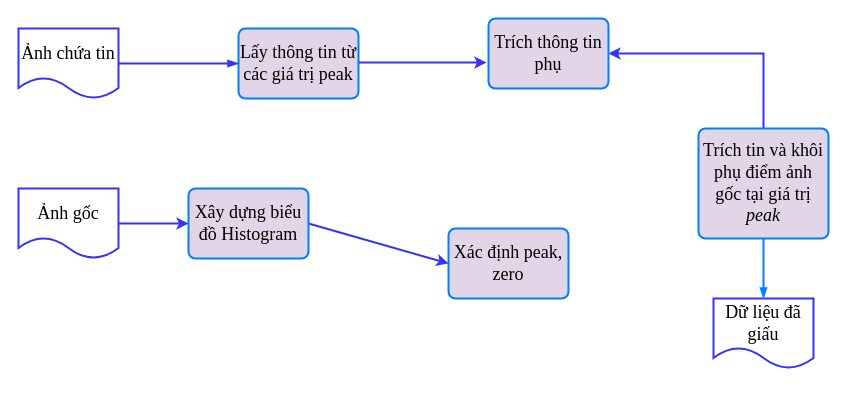
Above: page "TrichHS" (6 of 8) of Untitled Diagram.drawio in pophuong2610/hello (draw.io), before the change. Source tidied: cells renumbered, new cells numbered last; positions are measured from the earlier drawing's top-left corner, leaving out a move shared by most shapes. Both pictures are drawn from the tidied source at 100%, with x=0, y=0 at pixel (18, 18).
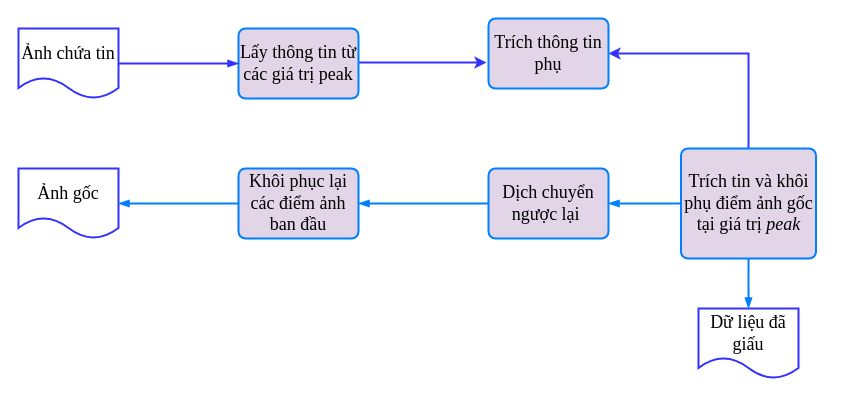
Above is the later version.

Unchanged cells that the change refers to:
```xml
<mxCell id="10" value="Trích thông tin phụ" style="rounded=1;whiteSpace=wrap;html=1;absoluteArcSize=1;arcSize=14;strokeWidth=2;fontFamily=Times New Roman;fontSize=18;fillColor=#e1d5e7;fontStyle=0;strokeColor=#007FFF;" parent="1" vertex="1">
  <mxGeometry x="470" width="120" height="70" as="geometry" />
</mxCell>
```

What changed in the source:
```diff
@@
     <mxCell id="2" value="Dữ liệu đã giấu" style="shape=document;whiteSpace=wrap;html=1;boundedLbl=1;dashed=0;flipH=1;fontFamily=Times New Roman;fontSize=18;strokeColor=#3333FF;fontStyle=0;strokeWidth=2;" parent="1" vertex="1">
-      <mxGeometry x="695" y="280" width="100" height="70" as="geometry" />
+      <mxGeometry x="680" y="290" width="100" height="70" as="geometry" />
     </mxCell>
-    <mxCell id="3" style="edgeStyle=orthogonalEdgeStyle;rounded=0;jettySize=auto;html=1;fontFamily=Times New Roman;fontSize=18;strokeColor=#3333FF;strokeWidth=2;fontStyle=0;" parent="1" edge="1" source="4" target="13">
-      <mxGeometry relative="1" as="geometry" />
-    </mxCell>
     <mxCell id="4" value="Ảnh gốc" style="shape=document;whiteSpace=wrap;html=1;boundedLbl=1;dashed=0;flipH=1;strokeColor=#3333FF;fontFamily=Times New Roman;fontSize=18;fontStyle=0;strokeWidth=2;" parent="1" vertex="1">
-      <mxGeometry y="170" width="100" height="70" as="geometry" />
+      <mxGeometry y="150" width="100" height="70" as="geometry" />
     </mxCell>
+    <mxCell id="16" style="edgeStyle=orthogonalEdgeStyle;rounded=0;jettySize=auto;html=1;endArrow=blockThin;endFill=1;strokeWidth=2;strokeColor=#007FFF;" parent="1" edge="1" source="5" target="13">
+      <mxGeometry relative="1" as="geometry">
+        <Array as="points">
+          <mxPoint x="420" y="185" />
+          <mxPoint x="420" y="185" />
+        </Array>
+      </mxGeometry>
+    </mxCell>
-    <mxCell id="5" value="Xác định peak, zero" style="rounded=1;whiteSpace=wrap;html=1;absoluteArcSize=1;arcSize=14;strokeWidth=2;fontFamily=Times New Roman;fontSize=18;fillColor=#e1d5e7;fontStyle=0;strokeColor=#007FFF;" parent="1" vertex="1">
-      <mxGeometry x="430" y="210" width="120" height="70" as="geometry" />
+    <mxCell id="5" value="Dịch chuyển ngược lại&amp;nbsp;" style="rounded=1;whiteSpace=wrap;html=1;absoluteArcSize=1;arcSize=14;strokeWidth=2;fontFamily=Times New Roman;fontSize=18;fillColor=#e1d5e7;fontStyle=0;strokeColor=#007FFF;" parent="1" vertex="1">
+      <mxGeometry x="470" y="150" width="120" height="70" as="geometry" />
     </mxCell>
     <mxCell id="6" style="edgeStyle=orthogonalEdgeStyle;rounded=0;jettySize=auto;html=1;strokeColor=#3333FF;fontFamily=Times New Roman;fontSize=18;fontStyle=0;strokeWidth=2;exitX=0.5;exitY=0;exitDx=0;exitDy=0;" parent="1" edge="1" source="8" target="10">
       <mxGeometry relative="1" as="geometry">
         <Array as="points">
-          <mxPoint x="745" y="35" />
+          <mxPoint x="730" y="35" />
         </Array>
       </mxGeometry>
     </mxCell>
     <mxCell id="7" style="edgeStyle=orthogonalEdgeStyle;rounded=0;jettySize=auto;html=1;endArrow=blockThin;endFill=1;entryX=0.5;entryY=0;entryDx=0;entryDy=0;strokeColor=#007FFF;strokeWidth=2;" parent="1" edge="1" source="8" target="2">
       <mxGeometry relative="1" as="geometry">
         <Array as="points">
-          <mxPoint x="745" y="250" />
-          <mxPoint x="745" y="250" />
+          <mxPoint x="730" y="290" />
         </Array>
       </mxGeometry>
     </mxCell>
+    <mxCell id="17" style="edgeStyle=orthogonalEdgeStyle;rounded=0;jettySize=auto;html=1;endArrow=blockThin;endFill=1;strokeColor=#007FFF;strokeWidth=2;" parent="1" edge="1" source="8" target="5">
+      <mxGeometry relative="1" as="geometry" />
+    </mxCell>
     <mxCell id="8" value="Trích tin và khôi phụ điểm ảnh gốc tại giá trị &lt;i&gt;peak&lt;/i&gt;" style="rounded=1;whiteSpace=wrap;html=1;absoluteArcSize=1;arcSize=14;strokeWidth=2;fontFamily=Times New Roman;fontSize=18;fillColor=#e1d5e7;fontStyle=0;strokeColor=#007FFF;" parent="1" vertex="1">
-      <mxGeometry x="680" y="110" width="130" height="110" as="geometry" />
+      <mxGeometry x="662.5" y="130" width="135" height="110" as="geometry" />
     </mxCell>
@@
-    <mxCell id="12" style="endArrow=classic;html=1;entryX=0;entryY=0.5;entryDx=0;entryDy=0;exitX=1;exitY=0.5;exitDx=0;exitDy=0;strokeColor=#3333FF;fontFamily=Times New Roman;fontSize=18;fontStyle=0;strokeWidth=2;" parent="1" edge="1" source="13" target="5">
-      <mxGeometry relative="1" as="geometry" />
-    </mxCell>
+    <mxCell id="18" style="edgeStyle=orthogonalEdgeStyle;rounded=0;jettySize=auto;html=1;endArrow=blockThin;endFill=1;strokeColor=#007FFF;strokeWidth=2;" parent="1" edge="1" source="13" target="4">
+      <mxGeometry relative="1" as="geometry" />
+    </mxCell>
-    <mxCell id="13" value="Xây dựng biểu đồ Histogram" style="rounded=1;whiteSpace=wrap;html=1;absoluteArcSize=1;arcSize=14;strokeWidth=2;fontFamily=Times New Roman;fontSize=18;fillColor=#e1d5e7;fontStyle=0;strokeColor=#007FFF;" parent="1" vertex="1">
-      <mxGeometry x="170" y="170" width="120" height="70" as="geometry" />
+    <mxCell id="13" value="Khôi phục lại các điểm ảnh ban đầu" style="rounded=1;whiteSpace=wrap;html=1;absoluteArcSize=1;arcSize=14;strokeWidth=2;fontFamily=Times New Roman;fontSize=18;fillColor=#e1d5e7;fontStyle=0;strokeColor=#007FFF;" parent="1" vertex="1">
+      <mxGeometry x="220" y="150" width="120" height="70" as="geometry" />
     </mxCell>
```
